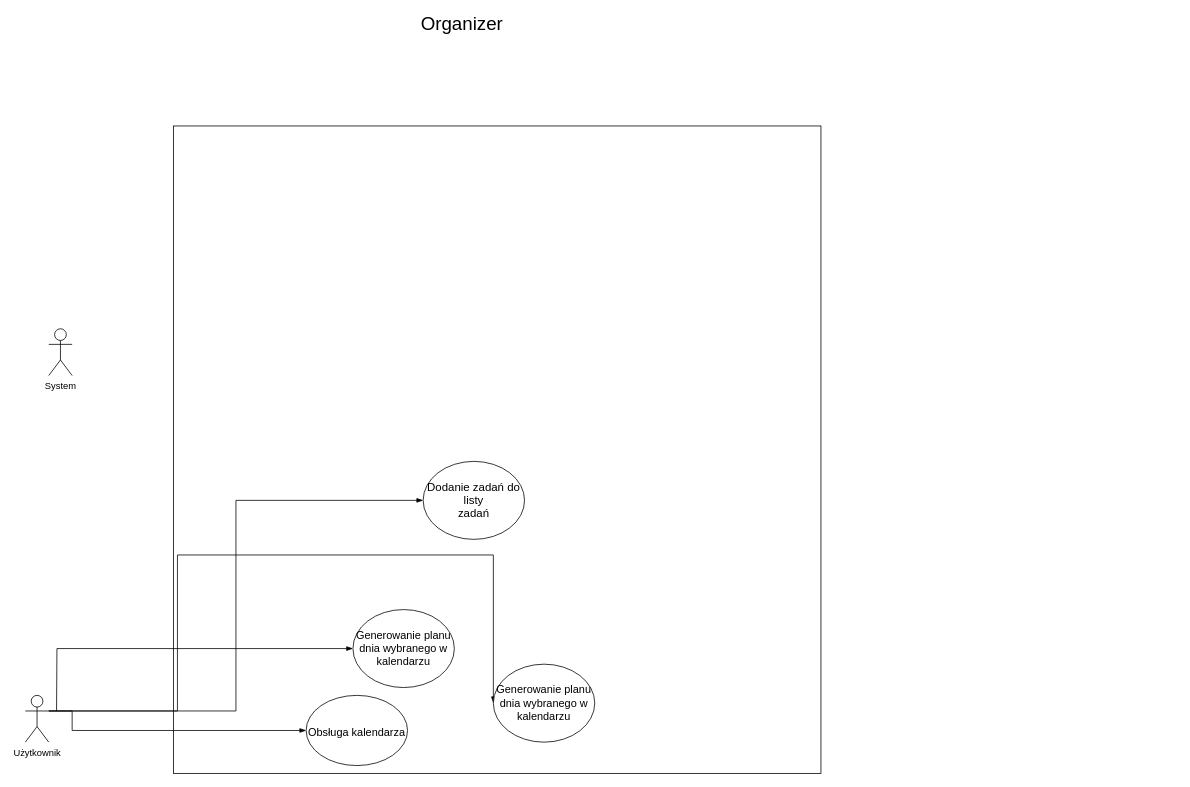
This is dokumentacja/Untitled Diagram.drawio from LukM88/ProjZesp, a draw.io file, before an edit. Source tidied: cells renumbered, new cells numbered last; positions are measured from the earlier drawing's top-left corner, leaving out a move shared by most shapes. Both pictures are drawn from the tidied source at 78%, with x=0, y=0 at pixel (25, 16).
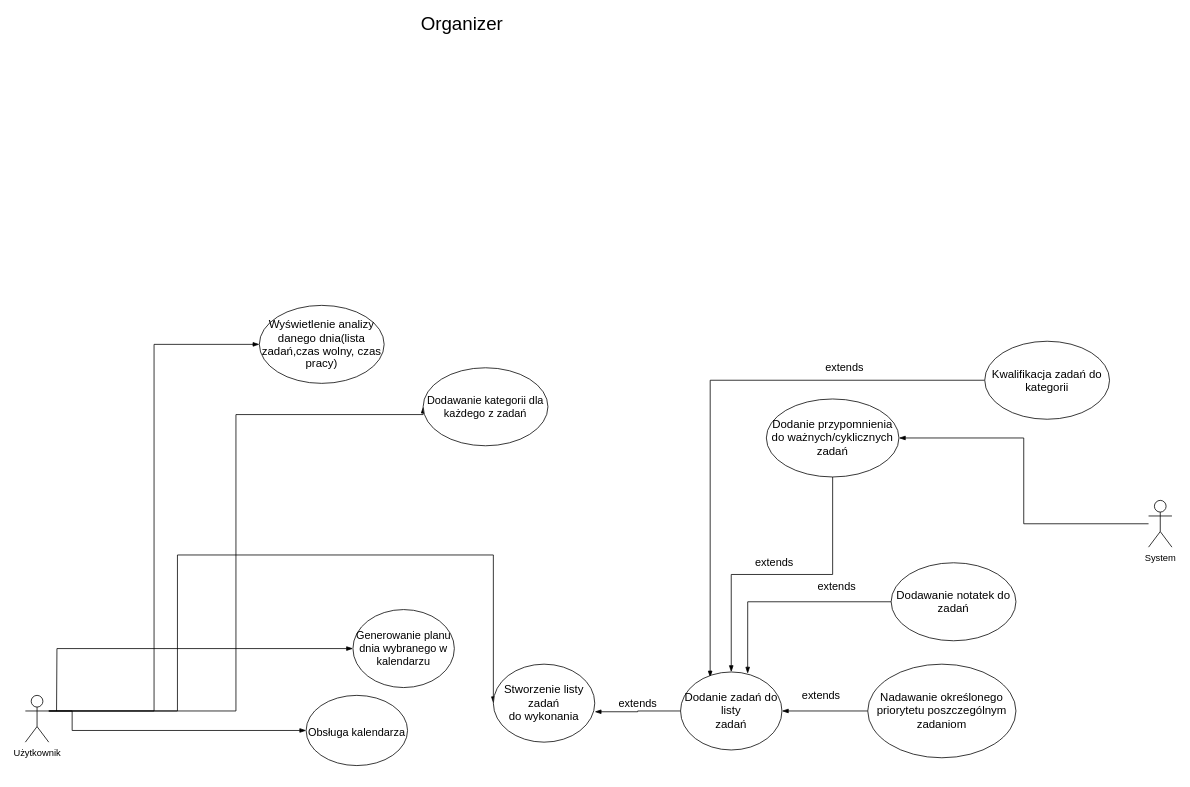
Above is the later version.

Unchanged cells that the change refers to:
```xml
<mxCell id="6" value="Użytkownik" style="shape=umlActor;verticalLabelPosition=bottom;labelBackgroundColor=#ffffff;verticalAlign=top;html=1;outlineConnect=0;" parent="1" vertex="1">
  <mxGeometry y="870" width="30" height="60" as="geometry" />
</mxCell>
```

What changed in the source:
```diff
@@
+    <mxCell id="14" style="edgeStyle=orthogonalEdgeStyle;rounded=0;jettySize=auto;html=1;entryX=1;entryY=0.5;entryDx=0;entryDy=0;startArrow=none;startFill=0;endArrow=blockThin;endFill=1;strokeColor=#000000;fontSize=14;" parent="1" edge="1" source="2" target="27">
+      <mxGeometry relative="1" as="geometry" />
+    </mxCell>
     <mxCell id="2" value="System" style="shape=umlActor;verticalLabelPosition=bottom;labelBackgroundColor=#ffffff;verticalAlign=top;html=1;outlineConnect=0;" parent="1" vertex="1">
-      <mxGeometry x="30" y="400" width="30" height="60" as="geometry" />
+      <mxGeometry x="1440" y="620" width="30" height="60" as="geometry" />
     </mxCell>
@@
-    <mxCell id="5" style="edgeStyle=orthogonalEdgeStyle;rounded=0;jettySize=auto;html=1;entryX=0;entryY=0.5;entryDx=0;entryDy=0;startArrow=none;startFill=0;endArrow=blockThin;endFill=1;strokeColor=#000000;fontSize=14;" parent="1" edge="1" source="6" target="13">
-      <mxGeometry relative="1" as="geometry">
-        <Array as="points">
-          <mxPoint x="270" y="890" />
-          <mxPoint x="270" y="620" />
-        </Array>
-      </mxGeometry>
-    </mxCell>
+    <mxCell id="15" style="edgeStyle=orthogonalEdgeStyle;rounded=0;jettySize=auto;html=1;entryX=0;entryY=0.5;entryDx=0;entryDy=0;startArrow=none;startFill=0;endArrow=blockThin;endFill=1;strokeColor=#000000;fontSize=14;" parent="1" edge="1" source="6" target="17">
+      <mxGeometry relative="1" as="geometry">
+        <Array as="points">
+          <mxPoint x="270" y="890" />
+          <mxPoint x="270" y="510" />
+        </Array>
+      </mxGeometry>
+    </mxCell>
+    <mxCell id="16" style="edgeStyle=orthogonalEdgeStyle;rounded=0;jettySize=auto;html=1;entryX=0;entryY=0.5;entryDx=0;entryDy=0;startArrow=none;startFill=0;endArrow=blockThin;endFill=1;strokeColor=#000000;fontSize=14;" parent="1" edge="1" source="6" target="25">
+      <mxGeometry relative="1" as="geometry">
+        <Array as="points">
+          <mxPoint x="165" y="890" />
+          <mxPoint x="165" y="420" />
+        </Array>
+      </mxGeometry>
+    </mxCell>
@@
-    <mxCell id="7" style="whiteSpace=wrap;html=1;labelBackgroundColor=none;labelBorderColor=none;textOpacity=0;fillColor=none;" parent="1" vertex="1">
-      <mxGeometry x="190" y="140" width="830" height="830" as="geometry" />
-    </mxCell>
@@
-    <mxCell id="12" value="Generowanie planu dnia wybranego w kalendarzu" style="ellipse;whiteSpace=wrap;html=1;fontSize=14;" parent="1" vertex="1">
+    <mxCell id="12" value="&lt;span lang=&quot;PL&quot; style=&quot;font-size: 11.0pt ; line-height: 107% ; font-family: &amp;#34;arial&amp;#34; , &amp;#34;sans-serif&amp;#34;&quot;&gt;Stworzenie listy zadań&lt;br/&gt;do wykonania&lt;/span&gt;" style="ellipse;whiteSpace=wrap;html=1;fontSize=14;" parent="1" vertex="1">
       <mxGeometry x="600" y="830" width="130" height="100" as="geometry" />
     </mxCell>
+    <mxCell id="17" value="&lt;p class=&quot;MsoNormal&quot; align=&quot;center&quot;&gt;&lt;font face=&quot;arial, sans-serif&quot;&gt;Dodawanie kategorii dla każdego z zadań&lt;/font&gt;&lt;/p&gt;" style="ellipse;whiteSpace=wrap;html=1;fontSize=14;" parent="1" vertex="1">
+      <mxGeometry x="510" y="450" width="160" height="100" as="geometry" />
+    </mxCell>
+    <mxCell id="18" value="extends" style="edgeStyle=orthogonalEdgeStyle;rounded=0;jettySize=auto;html=1;entryX=0.292;entryY=0.07;entryDx=0;entryDy=0;entryPerimeter=0;startArrow=none;startFill=0;endArrow=blockThin;endFill=1;strokeColor=#000000;fontSize=14;" parent="1" edge="1" source="19" target="13">
+      <mxGeometry x="-0.51" y="-16" relative="1" as="geometry" />
+    </mxCell>
+    <mxCell id="19" value="&lt;p class=&quot;MsoNormal&quot; align=&quot;center&quot;&gt;&lt;span lang=&quot;PL&quot; style=&quot;font-size: 11.0pt ; line-height: 107% ; font-family: &amp;#34;arial&amp;#34; , &amp;#34;sans-serif&amp;#34;&quot;&gt;Kwalifikacja zadań do&lt;br/&gt;kategorii&lt;/span&gt;&lt;br&gt;&lt;/p&gt;" style="ellipse;whiteSpace=wrap;html=1;fontSize=14;" parent="1" vertex="1">
+      <mxGeometry x="1230" y="416" width="160" height="100" as="geometry" />
+    </mxCell>
+    <mxCell id="20" value="extends" style="edgeStyle=orthogonalEdgeStyle;rounded=0;jettySize=auto;html=1;entryX=1;entryY=0.5;entryDx=0;entryDy=0;startArrow=none;startFill=0;endArrow=blockThin;endFill=1;strokeColor=#000000;fontSize=14;" parent="1" edge="1" source="21" target="13">
+      <mxGeometry x="0.09" y="-20" relative="1" as="geometry" />
+    </mxCell>
+    <mxCell id="21" value="&lt;p class=&quot;MsoNormal&quot; align=&quot;center&quot;&gt;&lt;span lang=&quot;PL&quot; style=&quot;font-size: 11.0pt ; line-height: 107% ; font-family: &amp;#34;arial&amp;#34; , &amp;#34;sans-serif&amp;#34;&quot;&gt;Nadawanie określonego&lt;br/&gt;priorytetu poszczególnym zadaniom&lt;/span&gt;&lt;br&gt;&lt;/p&gt;" style="ellipse;whiteSpace=wrap;html=1;fontSize=14;" parent="1" vertex="1">
+      <mxGeometry x="1080" y="830" width="190" height="120" as="geometry" />
+    </mxCell>
+    <mxCell id="22" value="extends" style="edgeStyle=orthogonalEdgeStyle;rounded=0;jettySize=auto;html=1;entryX=1;entryY=0.61;entryDx=0;entryDy=0;entryPerimeter=0;startArrow=none;startFill=0;endArrow=blockThin;endFill=1;strokeColor=#000000;fontSize=14;" parent="1" edge="1" source="13" target="12">
+      <mxGeometry x="-0.01" y="-10" relative="1" as="geometry">
+        <mxPoint x="10" y="-10" as="offset" />
+      </mxGeometry>
+    </mxCell>
     <mxCell id="13" value="&lt;span lang=&quot;PL&quot; style=&quot;font-size: 11.0pt ; line-height: 107% ; font-family: &amp;#34;arial&amp;#34; , &amp;#34;sans-serif&amp;#34;&quot;&gt;Dodanie zadań do listy&lt;br/&gt;zadań&lt;/span&gt;" style="ellipse;whiteSpace=wrap;html=1;fontSize=14;" parent="1" vertex="1">
-      <mxGeometry x="510" y="570" width="130" height="100" as="geometry" />
+      <mxGeometry x="840" y="840" width="130" height="100" as="geometry" />
     </mxCell>
+    <mxCell id="23" value="extends" style="edgeStyle=orthogonalEdgeStyle;rounded=0;jettySize=auto;html=1;entryX=0.662;entryY=0.02;entryDx=0;entryDy=0;entryPerimeter=0;startArrow=none;startFill=0;endArrow=blockThin;endFill=1;strokeColor=#000000;fontSize=14;" parent="1" edge="1" source="24" target="13">
+      <mxGeometry x="-0.49" y="-20" relative="1" as="geometry" />
+    </mxCell>
+    <mxCell id="24" value="&lt;p class=&quot;MsoNormal&quot; align=&quot;center&quot;&gt;&lt;span lang=&quot;PL&quot; style=&quot;font-size: 11.0pt ; line-height: 107% ; font-family: &amp;#34;arial&amp;#34; , &amp;#34;sans-serif&amp;#34;&quot;&gt;Dodawanie notatek do&lt;br/&gt;zadań&lt;/span&gt;&lt;br&gt;&lt;/p&gt;" style="ellipse;whiteSpace=wrap;html=1;fontSize=14;" parent="1" vertex="1">
+      <mxGeometry x="1110" y="700" width="160" height="100" as="geometry" />
+    </mxCell>
+    <mxCell id="25" value="&lt;p class=&quot;MsoNormal&quot; align=&quot;center&quot;&gt;&lt;span lang=&quot;PL&quot; style=&quot;font-size: 11.0pt ; line-height: 107% ; font-family: &amp;#34;arial&amp;#34; , &amp;#34;sans-serif&amp;#34;&quot;&gt;Wyświetlenie analizy&lt;br&gt;danego dnia(lista zadań,czas wolny, czas pracy)&lt;/span&gt;&lt;br&gt;&lt;/p&gt;" style="ellipse;whiteSpace=wrap;html=1;fontSize=14;" parent="1" vertex="1">
+      <mxGeometry x="300" y="370" width="160" height="100" as="geometry" />
+    </mxCell>
+    <mxCell id="26" value="extends" style="edgeStyle=orthogonalEdgeStyle;rounded=0;jettySize=auto;html=1;entryX=0.5;entryY=0;entryDx=0;entryDy=0;startArrow=none;startFill=0;endArrow=blockThin;endFill=1;strokeColor=#000000;fontSize=14;" parent="1" edge="1" source="27" target="13">
+      <mxGeometry x="0.05" y="-15" relative="1" as="geometry" />
+    </mxCell>
+    <mxCell id="27" value="&lt;p class=&quot;MsoNormal&quot; align=&quot;center&quot;&gt;&lt;span lang=&quot;PL&quot; style=&quot;font-size: 11.0pt ; line-height: 107% ; font-family: &amp;#34;arial&amp;#34; , &amp;#34;sans-serif&amp;#34;&quot;&gt;Dodanie przypomnienia&lt;br/&gt;do ważnych/cyklicznych zadań&lt;/span&gt;&lt;br&gt;&lt;/p&gt;" style="ellipse;whiteSpace=wrap;html=1;fontSize=14;" parent="1" vertex="1">
+      <mxGeometry x="950" y="490" width="170" height="100" as="geometry" />
+    </mxCell>
```
